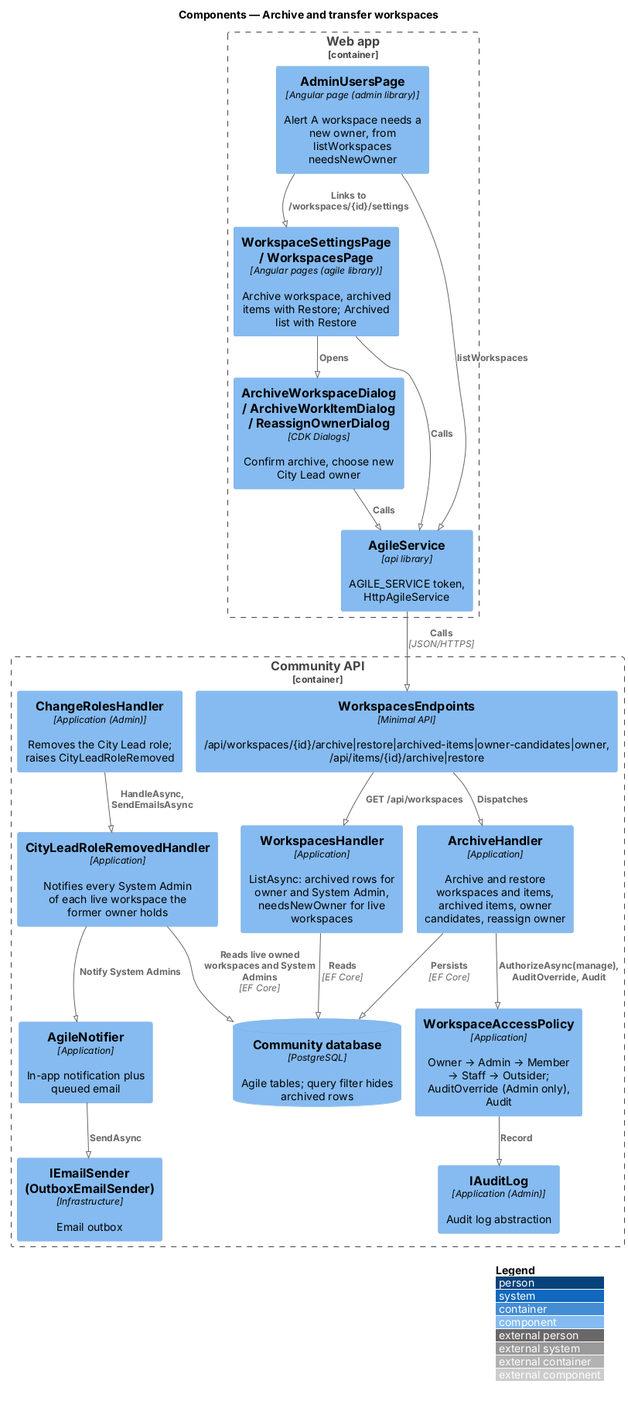
Before: docs/detailed-designs/agile/archive-and-transfer-workspaces/diagrams/c4-component.png, a diagram exported from PlantUML (QuinntyneBrown/faithtech-community).
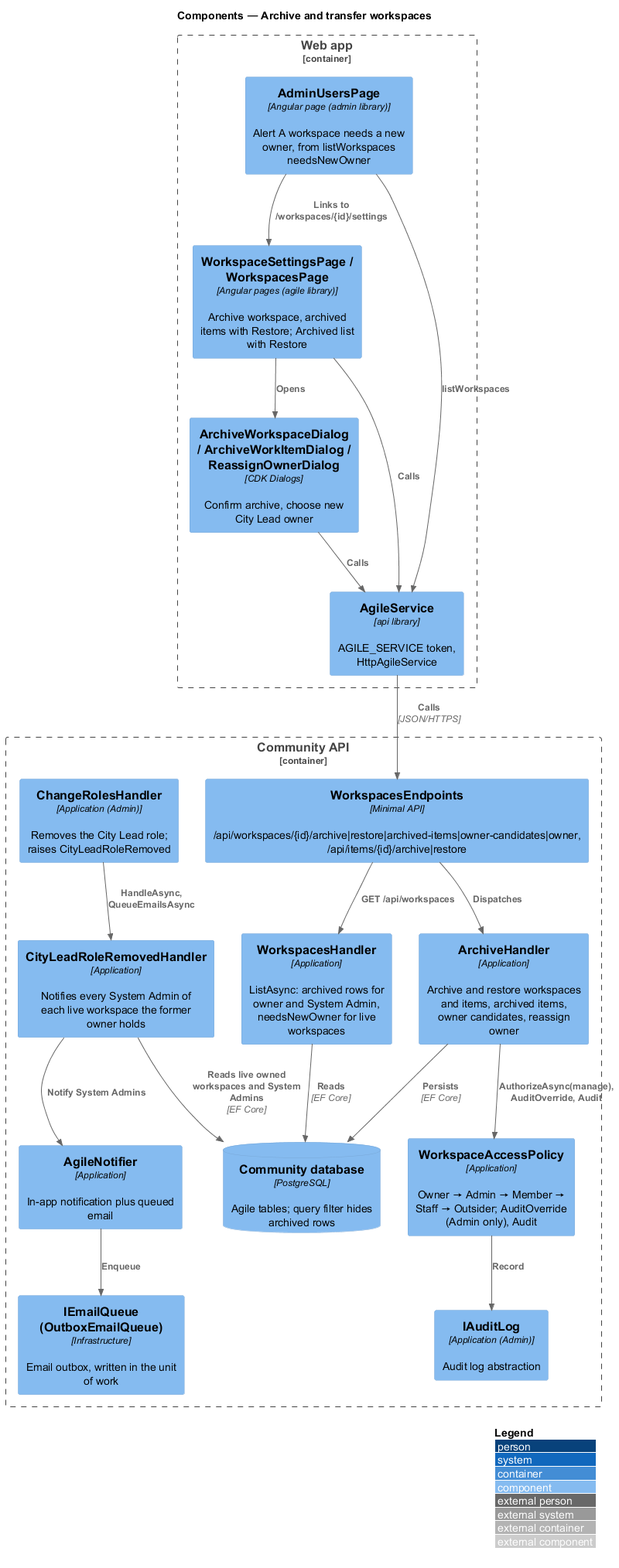
Above is the later version.

The edit, as a diff of the source:
```diff
@@ -1,5 +1,4 @@
 @startuml
-!pragma layout smetana
 !include <C4/C4_Component>
 LAYOUT_WITH_LEGEND()
 title Components — Archive and transfer workspaces
@@ -19,7 +18,7 @@
   Component(pol, "WorkspaceAccessPolicy", "Application", "Owner → Admin → Member → Staff → Outsider; AuditOverride (Admin only), Audit")
   Component(ntf, "AgileNotifier", "Application", "In-app notification plus queued email")
   Component(audit, "IAuditLog", "Application (Admin)", "Audit log abstraction")
-  Component(email, "IEmailSender (OutboxEmailSender)", "Infrastructure", "Email outbox")
+  Component(email, "IEmailQueue (OutboxEmailQueue)", "Infrastructure", "Email outbox, written in the unit of work")
   ComponentDb(db, "Community database", "PostgreSQL", "Agile tables; query filter hides archived rows")
 }
 
@@ -33,9 +32,9 @@
 Rel(ep, list, "GET /api/workspaces")
 Rel(h, pol, "AuthorizeAsync(manage), AuditOverride, Audit")
 Rel(pol, audit, "Record")
-Rel(roles, evt, "HandleAsync, SendEmailsAsync")
+Rel(roles, evt, "HandleAsync, QueueEmailsAsync")
 Rel(evt, ntf, "Notify System Admins")
-Rel(ntf, email, "SendAsync")
+Rel(ntf, email, "Enqueue")
 Rel(h, db, "Persists", "EF Core")
 Rel(list, db, "Reads", "EF Core")
 Rel(evt, db, "Reads live owned workspaces and System Admins", "EF Core")
```
